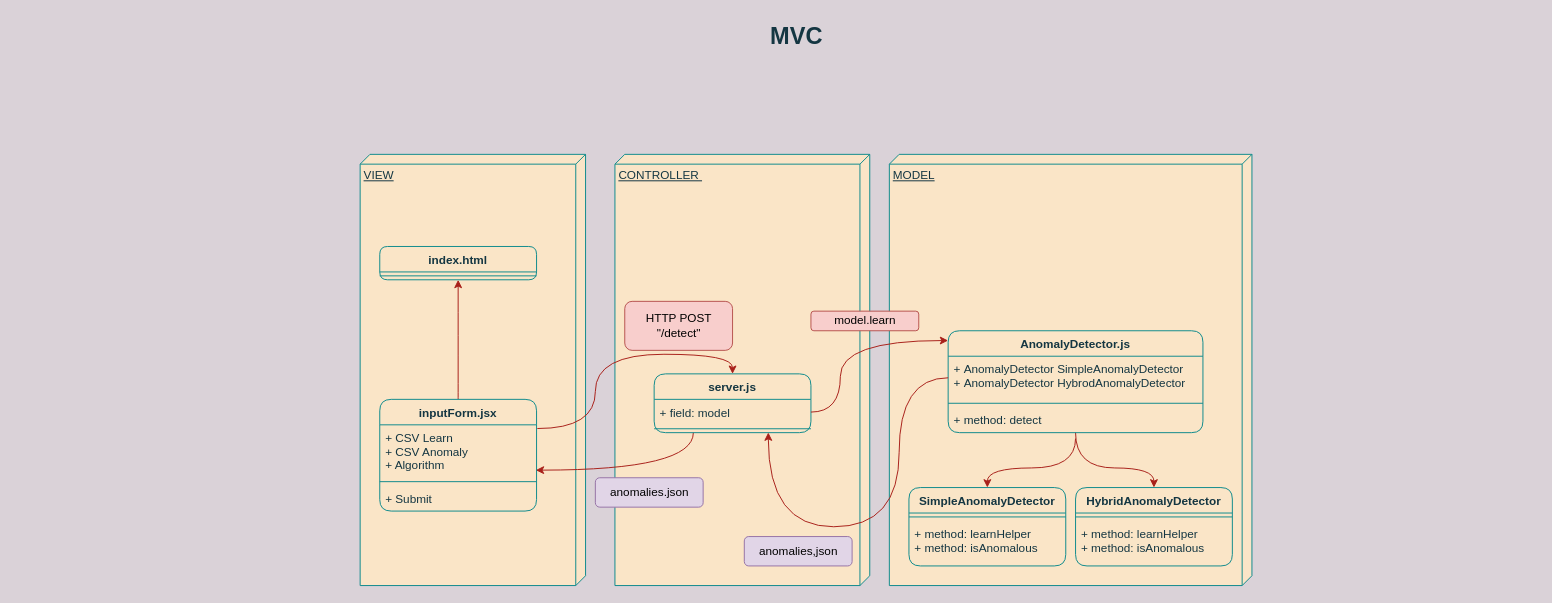
Above: UMLS/Untitled Diagram.drawio in shaigundersen/AnomalyDetectionWebApp (draw.io), before the change. Source tidied: cells renumbered, new cells numbered last; positions are measured from the earlier drawing's top-left corner, leaving out a move shared by most shapes. Both pictures are drawn from the tidied source at 98%, with x=0, y=0 at pixel (56, 17).
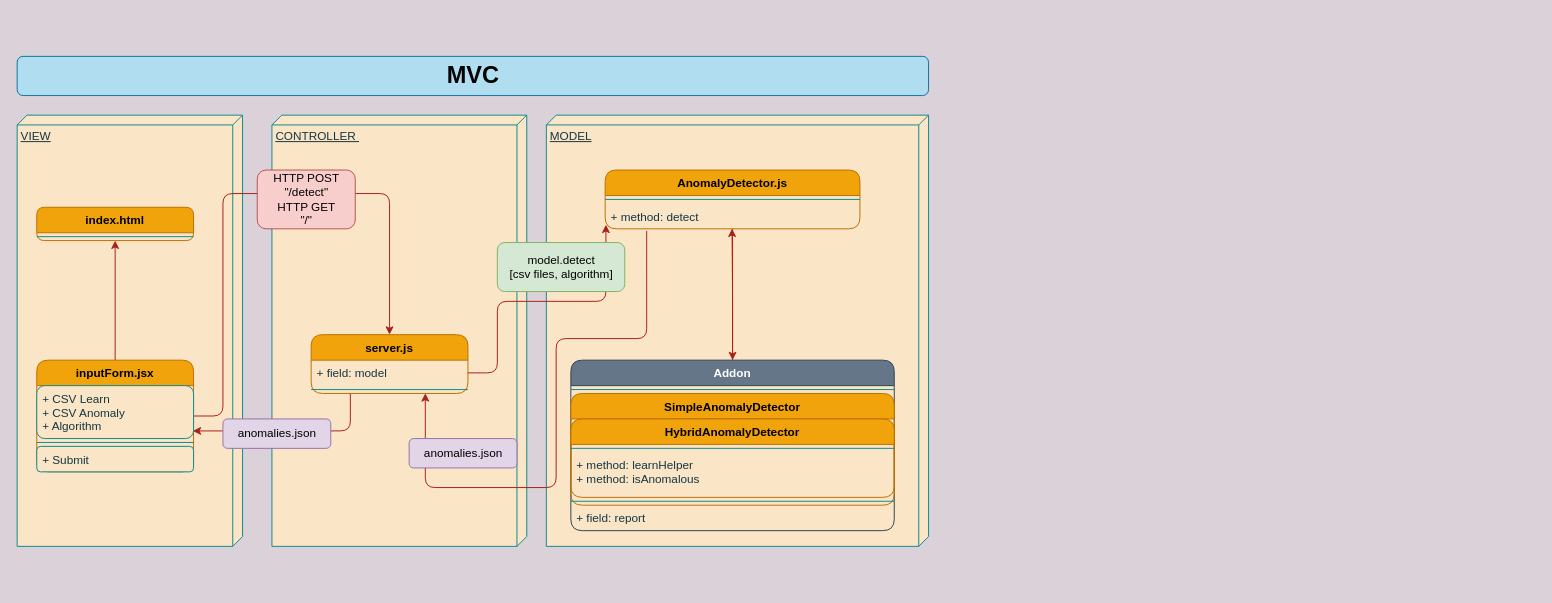
After the change.

What changed in the source:
```diff
@@
-    <mxCell id="2" value="MVC" style="text;strokeColor=none;fillColor=none;html=1;fontSize=24;fontStyle=1;verticalAlign=middle;align=center;rounded=1;fontColor=#143642;" parent="1" vertex="1">
-      <mxGeometry width="1510" height="40" as="geometry" />
+    <mxCell id="2" value="MVC" style="text;fillColor=#b1ddf0;html=1;fontSize=24;fontStyle=1;verticalAlign=middle;align=center;rounded=1;strokeColor=#10739e;" parent="1" vertex="1">
+      <mxGeometry x="-40" y="40" width="930" height="40" as="geometry" />
     </mxCell>
-    <mxCell id="3" value="&lt;div style=&quot;text-align: justify&quot;&gt;&lt;span&gt;MODEL&lt;/span&gt;&lt;br&gt;&lt;/div&gt;" style="verticalAlign=top;align=left;spacingTop=8;spacingLeft=2;spacingRight=12;shape=cube;size=10;direction=south;fontStyle=4;html=1;rounded=1;fillColor=#FAE5C7;strokeColor=#0F8B8D;fontColor=#143642;" parent="1" vertex="1">
-      <mxGeometry x="850" y="140" width="370" height="440" as="geometry" />
+    <mxCell id="3" value="&lt;div style=&quot;text-align: justify&quot;&gt;&lt;span&gt;MODEL&lt;/span&gt;&lt;br&gt;&lt;/div&gt;" style="verticalAlign=top;align=left;spacingTop=8;spacingLeft=2;spacingRight=12;shape=cube;size=10;direction=south;fontStyle=4;html=1;fillColor=#FAE5C7;strokeColor=#0F8B8D;rounded=1;fontColor=#143642;" parent="1" vertex="1">
+      <mxGeometry x="500" y="100" width="390" height="440" as="geometry" />
     </mxCell>
-    <mxCell id="4" value="&lt;span style=&quot;text-align: center&quot;&gt;VIEW&lt;/span&gt;&lt;br&gt;" style="verticalAlign=top;align=left;spacingTop=8;spacingLeft=2;spacingRight=12;shape=cube;size=10;direction=south;fontStyle=4;html=1;rounded=1;fillColor=#FAE5C7;strokeColor=#0F8B8D;fontColor=#143642;" parent="1" vertex="1">
-      <mxGeometry x="310" y="140" width="230" height="440" as="geometry" />
+    <mxCell id="4" value="&lt;span style=&quot;text-align: center&quot;&gt;VIEW&lt;/span&gt;&lt;br&gt;" style="verticalAlign=top;align=left;spacingTop=8;spacingLeft=2;spacingRight=12;shape=cube;size=10;direction=south;fontStyle=4;html=1;fillColor=#FAE5C7;strokeColor=#0F8B8D;rounded=1;fontColor=#143642;" parent="1" vertex="1">
+      <mxGeometry x="-40" y="100" width="230" height="440" as="geometry" />
     </mxCell>
     <mxCell id="5" value="CONTROLLER&amp;nbsp;" style="verticalAlign=top;align=left;spacingTop=8;spacingLeft=2;spacingRight=12;shape=cube;size=10;direction=south;fontStyle=4;html=1;rounded=1;fillColor=#FAE5C7;strokeColor=#0F8B8D;fontColor=#143642;" parent="1" vertex="1">
-      <mxGeometry x="570" y="140" width="260" height="440" as="geometry" />
+      <mxGeometry x="220" y="100" width="260" height="440" as="geometry" />
     </mxCell>
-    <mxCell id="6" style="edgeStyle=orthogonalEdgeStyle;jettySize=auto;html=1;curved=1;labelBackgroundColor=#DAD2D8;strokeColor=#A8201A;fontColor=#143642;" parent="1" edge="1" source="7" target="11">
-      <mxGeometry relative="1" as="geometry">
-        <Array as="points">
-          <mxPoint x="1040" y="460" />
-          <mxPoint x="1120" y="460" />
-        </Array>
-      </mxGeometry>
-    </mxCell>
+    <mxCell id="36" style="edgeStyle=orthogonalEdgeStyle;jettySize=auto;html=1;fontColor=#143642;strokeColor=#A8201A;fillColor=#FAE5C7;labelBackgroundColor=#DAD2D8;" parent="1" edge="1" source="7" target="39">
+      <mxGeometry relative="1" as="geometry" />
+    </mxCell>
-    <mxCell id="7" value="AnomalyDetector.js" style="swimlane;fontStyle=1;align=center;verticalAlign=top;horizontal=1;startSize=26;rounded=1;fillColor=#FAE5C7;strokeColor=#0F8B8D;fontColor=#143642;" parent="1" vertex="1">
-      <mxGeometry x="910" y="320" width="260" height="104" as="geometry" />
+    <mxCell id="7" value="AnomalyDetector.js" style="swimlane;fontStyle=1;align=center;verticalAlign=top;horizontal=1;startSize=26;fillColor=#f0a30a;strokeColor=#BD7000;fontColor=#000000;rounded=1;" parent="1" vertex="1">
+      <mxGeometry x="560" y="156" width="260" height="60" as="geometry" />
     </mxCell>
-    <mxCell id="8" value="+ AnomalyDetector SimpleAnomalyDetector&#10;+ AnomalyDetector HybrodAnomalyDetector&#10;" style="text;strokeColor=none;fillColor=none;align=left;verticalAlign=top;spacingLeft=4;spacingRight=4;overflow=hidden;points=[[0,0.5],[1,0.5]];portConstraint=eastwest;rounded=1;fontColor=#143642;" parent="7" vertex="1">
-      <mxGeometry y="26" width="260" height="44" as="geometry" />
-    </mxCell>
-    <mxCell id="9" style="line;strokeWidth=1;fillColor=none;align=left;verticalAlign=middle;spacingTop=-1;spacingLeft=3;spacingRight=3;labelPosition=right;rounded=1;labelBackgroundColor=#DAD2D8;strokeColor=#0F8B8D;fontColor=#143642;" parent="7" vertex="1">
-      <mxGeometry y="70" width="260" height="8" as="geometry" />
+    <mxCell id="9" style="line;strokeWidth=1;fillColor=none;align=left;verticalAlign=middle;spacingTop=-1;spacingLeft=3;spacingRight=3;labelPosition=right;strokeColor=#0F8B8D;fontColor=#143642;rounded=1;labelBackgroundColor=#DAD2D8;" parent="7" vertex="1">
+      <mxGeometry y="26" width="260" height="8" as="geometry" />
     </mxCell>
-    <mxCell id="10" value="+ method: detect" style="text;strokeColor=none;fillColor=none;align=left;verticalAlign=top;spacingLeft=4;spacingRight=4;overflow=hidden;points=[[0,0.5],[1,0.5]];portConstraint=eastwest;rounded=1;fontColor=#143642;" parent="7" vertex="1">
-      <mxGeometry y="78" width="260" height="26" as="geometry" />
+    <mxCell id="10" value="+ method: detect" style="text;strokeColor=none;fillColor=none;align=left;verticalAlign=top;spacingLeft=4;spacingRight=4;overflow=hidden;points=[[0,0.5],[1,0.5]];portConstraint=eastwest;fontColor=#143642;rounded=1;" parent="7" vertex="1">
+      <mxGeometry y="34" width="260" height="26" as="geometry" />
     </mxCell>
-    <mxCell id="11" value="HybridAnomalyDetector" style="swimlane;fontStyle=1;align=center;verticalAlign=top;horizontal=1;startSize=26;rounded=1;fillColor=#FAE5C7;strokeColor=#0F8B8D;fontColor=#143642;" parent="1" vertex="1">
-      <mxGeometry x="1040" y="480" width="160" height="80" as="geometry" />
-    </mxCell>
-    <mxCell id="12" style="line;strokeWidth=1;fillColor=none;align=left;verticalAlign=middle;spacingTop=-1;spacingLeft=3;spacingRight=3;labelPosition=right;rounded=1;labelBackgroundColor=#DAD2D8;strokeColor=#0F8B8D;fontColor=#143642;" parent="11" vertex="1">
-      <mxGeometry y="26" width="160" height="8" as="geometry" />
-    </mxCell>
-    <mxCell id="13" value="+ method: learnHelper&#10;+ method: isAnomalous" style="text;strokeColor=none;fillColor=none;align=left;verticalAlign=top;spacingLeft=4;spacingRight=4;overflow=hidden;rounded=1;fontColor=#143642;" parent="11" vertex="1">
-      <mxGeometry y="34" width="160" height="46" as="geometry" />
-    </mxCell>
-    <mxCell id="14" value="SimpleAnomalyDetector" style="swimlane;fontStyle=1;align=center;verticalAlign=top;horizontal=1;startSize=26;rounded=1;fillColor=#FAE5C7;strokeColor=#0F8B8D;fontColor=#143642;" parent="1" vertex="1">
-      <mxGeometry x="870" y="480" width="160" height="80" as="geometry" />
-    </mxCell>
-    <mxCell id="15" style="line;strokeWidth=1;fillColor=none;align=left;verticalAlign=middle;spacingTop=-1;spacingLeft=3;spacingRight=3;labelPosition=right;rounded=1;labelBackgroundColor=#DAD2D8;strokeColor=#0F8B8D;fontColor=#143642;" parent="14" vertex="1">
-      <mxGeometry y="26" width="160" height="8" as="geometry" />
-    </mxCell>
-    <mxCell id="16" value="+ method: learnHelper&#10;+ method: isAnomalous&#10;" style="text;strokeColor=none;fillColor=none;align=left;verticalAlign=top;spacingLeft=4;spacingRight=4;overflow=hidden;rounded=1;fontColor=#143642;" parent="14" vertex="1">
-      <mxGeometry y="34" width="160" height="46" as="geometry" />
-    </mxCell>
-    <mxCell id="17" style="edgeStyle=orthogonalEdgeStyle;jettySize=auto;html=1;exitX=0.25;exitY=1;exitDx=0;exitDy=0;entryX=0.995;entryY=0.856;entryDx=0;entryDy=0;curved=1;labelBackgroundColor=#DAD2D8;strokeColor=#A8201A;fontColor=#143642;entryPerimeter=0;" parent="1" edge="1" source="18" target="24">
+    <mxCell id="17" style="edgeStyle=orthogonalEdgeStyle;jettySize=auto;html=1;exitX=0.25;exitY=1;exitDx=0;exitDy=0;entryX=0.995;entryY=0.856;entryDx=0;entryDy=0;strokeColor=#A8201A;fontColor=#143642;entryPerimeter=0;labelBackgroundColor=#DAD2D8;" parent="1" edge="1" source="18" target="24">
       <mxGeometry relative="1" as="geometry" />
     </mxCell>
-    <mxCell id="18" value="server.js" style="swimlane;fontStyle=1;align=center;verticalAlign=top;horizontal=1;startSize=26;rounded=1;fillColor=#FAE5C7;strokeColor=#0F8B8D;fontColor=#143642;" parent="1" vertex="1">
-      <mxGeometry x="610" y="364" width="160" height="60" as="geometry" />
+    <mxCell id="18" value="server.js" style="swimlane;fontStyle=1;align=center;verticalAlign=top;horizontal=1;startSize=26;fillColor=#f0a30a;strokeColor=#BD7000;fontColor=#000000;rounded=1;" parent="1" vertex="1">
+      <mxGeometry x="260" y="324" width="160" height="60" as="geometry" />
     </mxCell>
-    <mxCell id="19" value="+ field: model" style="text;strokeColor=none;fillColor=none;align=left;verticalAlign=top;spacingLeft=4;spacingRight=4;overflow=hidden;points=[[0,0.5],[1,0.5]];portConstraint=eastwest;rounded=1;fontColor=#143642;" parent="18" vertex="1">
+    <mxCell id="19" value="+ field: model" style="text;strokeColor=none;fillColor=none;align=left;verticalAlign=top;spacingLeft=4;spacingRight=4;overflow=hidden;points=[[0,0.5],[1,0.5]];portConstraint=eastwest;fontColor=#143642;rounded=1;" parent="18" vertex="1">
       <mxGeometry y="26" width="160" height="26" as="geometry" />
     </mxCell>
-    <mxCell id="20" style="line;strokeWidth=1;fillColor=none;align=left;verticalAlign=middle;spacingTop=-1;spacingLeft=3;spacingRight=3;labelPosition=right;points=[];portConstraint=eastwest;rounded=1;labelBackgroundColor=#DAD2D8;strokeColor=#0F8B8D;fontColor=#143642;" parent="18" vertex="1">
+    <mxCell id="20" style="line;strokeWidth=1;fillColor=none;align=left;verticalAlign=middle;spacingTop=-1;spacingLeft=3;spacingRight=3;labelPosition=right;points=[];portConstraint=eastwest;strokeColor=#0F8B8D;fontColor=#143642;rounded=1;labelBackgroundColor=#DAD2D8;" parent="18" vertex="1">
       <mxGeometry y="52" width="160" height="8" as="geometry" />
     </mxCell>
-    <mxCell id="21" style="edgeStyle=orthogonalEdgeStyle;jettySize=auto;html=1;curved=1;labelBackgroundColor=#DAD2D8;strokeColor=#A8201A;fontColor=#143642;" parent="1" edge="1" source="19" target="7">
+    <mxCell id="21" style="edgeStyle=orthogonalEdgeStyle;jettySize=auto;html=1;strokeColor=#A8201A;fontColor=#143642;entryX=0.003;entryY=0.677;entryDx=0;entryDy=0;entryPerimeter=0;labelBackgroundColor=#DAD2D8;" parent="1" edge="1" source="19">
       <mxGeometry relative="1" as="geometry">
+        <mxPoint x="560.8" y="211.8" as="targetPoint" />
         <Array as="points">
-          <mxPoint x="800" y="403" />
-          <mxPoint x="800" y="330" />
+          <mxPoint x="450" y="363" />
+          <mxPoint x="450" y="290" />
+          <mxPoint x="561" y="290" />
         </Array>
       </mxGeometry>
     </mxCell>
-    <mxCell id="22" style="edgeStyle=orthogonalEdgeStyle;jettySize=auto;html=1;exitX=0.5;exitY=0;exitDx=0;exitDy=0;entryX=0.5;entryY=1;entryDx=0;entryDy=0;curved=1;labelBackgroundColor=#DAD2D8;strokeColor=#A8201A;fontColor=#143642;" parent="1" edge="1" source="23" target="27">
+    <mxCell id="22" style="edgeStyle=orthogonalEdgeStyle;jettySize=auto;html=1;exitX=0.5;exitY=0;exitDx=0;exitDy=0;entryX=0.5;entryY=1;entryDx=0;entryDy=0;strokeColor=#A8201A;fontColor=#143642;labelBackgroundColor=#DAD2D8;" parent="1" edge="1" source="23" target="27">
       <mxGeometry relative="1" as="geometry" />
     </mxCell>
+    <mxCell id="37" style="edgeStyle=orthogonalEdgeStyle;jettySize=auto;html=1;entryX=0.5;entryY=0;entryDx=0;entryDy=0;fontColor=#143642;strokeColor=#A8201A;fillColor=#FAE5C7;labelBackgroundColor=#DAD2D8;" parent="1" edge="1" source="23" target="18">
+      <mxGeometry relative="1" as="geometry">
+        <Array as="points">
+          <mxPoint x="170" y="407" />
+          <mxPoint x="170" y="180" />
+          <mxPoint x="340" y="180" />
+        </Array>
+      </mxGeometry>
+    </mxCell>
-    <mxCell id="23" value="inputForm.jsx" style="swimlane;fontStyle=1;align=center;verticalAlign=top;horizontal=1;startSize=26;rounded=1;fillColor=#FAE5C7;strokeColor=#0F8B8D;fontColor=#143642;" parent="1" vertex="1">
-      <mxGeometry x="330" y="390" width="160" height="114" as="geometry" />
+    <mxCell id="23" value="inputForm.jsx" style="swimlane;fontStyle=1;align=center;verticalAlign=top;horizontal=1;startSize=26;fillColor=#f0a30a;strokeColor=#BD7000;rounded=1;fontColor=#000000;" parent="1" vertex="1">
+      <mxGeometry x="-20" y="350" width="160" height="114" as="geometry" />
     </mxCell>
-    <mxCell id="24" value="+ CSV Learn&#10;+ CSV Anomaly&#10;+ Algorithm" style="text;strokeColor=none;fillColor=none;align=left;verticalAlign=top;spacingLeft=4;spacingRight=4;overflow=hidden;points=[[0,0.5],[1,0.5]];portConstraint=eastwest;rounded=1;fontColor=#143642;" parent="23" vertex="1">
+    <mxCell id="24" value="+ CSV Learn&#10;+ CSV Anomaly&#10;+ Algorithm" style="text;strokeColor=#0F8B8D;fillColor=#FAE5C7;align=left;verticalAlign=top;spacingLeft=4;spacingRight=4;overflow=hidden;points=[[0,0.5],[1,0.5]];portConstraint=eastwest;rounded=1;fontColor=#143642;" parent="23" vertex="1">
       <mxGeometry y="26" width="160" height="54" as="geometry" />
     </mxCell>
-    <mxCell id="25" style="line;strokeWidth=1;fillColor=none;align=left;verticalAlign=middle;spacingTop=-1;spacingLeft=3;spacingRight=3;labelPosition=right;rounded=1;labelBackgroundColor=#DAD2D8;strokeColor=#0F8B8D;fontColor=#143642;" parent="23" vertex="1">
+    <mxCell id="25" style="line;strokeWidth=1;fillColor=none;align=left;verticalAlign=middle;spacingTop=-1;spacingLeft=3;spacingRight=3;labelPosition=right;strokeColor=#0F8B8D;fontColor=#143642;rounded=1;labelBackgroundColor=#DAD2D8;" parent="23" vertex="1">
       <mxGeometry y="80" width="160" height="8" as="geometry" />
     </mxCell>
-    <mxCell id="26" value="+ Submit" style="text;strokeColor=none;fillColor=none;align=left;verticalAlign=top;spacingLeft=4;spacingRight=4;overflow=hidden;rounded=1;fontColor=#143642;" parent="23" vertex="1">
+    <mxCell id="26" value="+ Submit" style="text;strokeColor=#0F8B8D;fillColor=#FAE5C7;align=left;verticalAlign=top;spacingLeft=4;spacingRight=4;overflow=hidden;rounded=1;fontColor=#143642;" parent="23" vertex="1">
       <mxGeometry y="88" width="160" height="26" as="geometry" />
     </mxCell>
-    <mxCell id="27" value="index.html" style="swimlane;fontStyle=1;align=center;verticalAlign=top;horizontal=1;startSize=26;rounded=1;fillColor=#FAE5C7;strokeColor=#0F8B8D;fontColor=#143642;" parent="1" vertex="1">
-      <mxGeometry x="330" y="234" width="160" height="34" as="geometry" />
+    <mxCell id="27" value="index.html" style="swimlane;fontStyle=1;align=center;verticalAlign=top;horizontal=1;startSize=26;rounded=1;fillColor=#f0a30a;strokeColor=#BD7000;fontColor=#000000;" parent="1" vertex="1">
+      <mxGeometry x="-20" y="194" width="160" height="34" as="geometry" />
     </mxCell>
-    <mxCell id="28" style="line;strokeWidth=1;fillColor=none;align=left;verticalAlign=middle;spacingTop=-1;spacingLeft=3;spacingRight=3;labelPosition=right;rounded=1;labelBackgroundColor=#DAD2D8;strokeColor=#0F8B8D;fontColor=#143642;" parent="27" vertex="1">
+    <mxCell id="28" style="line;strokeWidth=1;fillColor=none;align=left;verticalAlign=middle;spacingTop=-1;spacingLeft=3;spacingRight=3;labelPosition=right;strokeColor=#0F8B8D;fontColor=#143642;rounded=1;labelBackgroundColor=#DAD2D8;" parent="27" vertex="1">
       <mxGeometry y="26" width="160" height="8" as="geometry" />
     </mxCell>
-    <mxCell id="29" style="edgeStyle=orthogonalEdgeStyle;jettySize=auto;html=1;exitX=0.5;exitY=1.231;exitDx=0;exitDy=0;exitPerimeter=0;entryX=0.5;entryY=0;entryDx=0;entryDy=0;curved=1;labelBackgroundColor=#DAD2D8;strokeColor=#A8201A;fontColor=#143642;" parent="1" edge="1" source="10" target="14">
-      <mxGeometry relative="1" as="geometry">
-        <Array as="points">
-          <mxPoint x="1040" y="460" />
-          <mxPoint x="950" y="460" />
-        </Array>
-      </mxGeometry>
-    </mxCell>
-    <mxCell id="30" style="edgeStyle=orthogonalEdgeStyle;jettySize=auto;html=1;entryX=0.728;entryY=0.975;entryDx=0;entryDy=0;entryPerimeter=0;curved=1;labelBackgroundColor=#DAD2D8;strokeColor=#A8201A;fontColor=#143642;" parent="1" edge="1" source="8" target="20">
+    <mxCell id="30" style="edgeStyle=orthogonalEdgeStyle;jettySize=auto;html=1;entryX=0.728;entryY=0.975;entryDx=0;entryDy=0;entryPerimeter=0;strokeColor=#A8201A;fontColor=#143642;exitX=0.163;exitY=1.085;exitDx=0;exitDy=0;exitPerimeter=0;labelBackgroundColor=#DAD2D8;" parent="1" edge="1" source="10" target="20">
       <mxGeometry relative="1" as="geometry">
         <Array as="points">
-          <mxPoint x="860" y="368" />
-          <mxPoint x="860" y="520" />
-          <mxPoint x="727" y="520" />
+          <mxPoint x="602" y="328" />
+          <mxPoint x="510" y="328" />
+          <mxPoint x="510" y="480" />
+          <mxPoint x="377" y="480" />
         </Array>
       </mxGeometry>
     </mxCell>
-    <mxCell id="31" style="edgeStyle=orthogonalEdgeStyle;jettySize=auto;html=1;entryX=0.5;entryY=0;entryDx=0;entryDy=0;curved=1;labelBackgroundColor=#DAD2D8;strokeColor=#A8201A;fontColor=#143642;exitX=1.005;exitY=0.07;exitDx=0;exitDy=0;exitPerimeter=0;" parent="1" edge="1" source="24" target="18">
-      <mxGeometry relative="1" as="geometry" />
-    </mxCell>
-    <mxCell id="32" value="HTTP POST&lt;br&gt;&quot;/detect&quot;" style="html=1;rounded=1;fillColor=#f8cecc;strokeColor=#b85450;" parent="1" vertex="1">
-      <mxGeometry x="580" y="290" width="110" height="50" as="geometry" />
+    <mxCell id="32" value="HTTP POST&lt;br&gt;&quot;/detect&quot;&lt;br&gt;HTTP GET&lt;br&gt;&quot;/&quot;" style="html=1;fillColor=#f8cecc;strokeColor=#b85450;rounded=1;" parent="1" vertex="1">
+      <mxGeometry x="205" y="156" width="100" height="60" as="geometry" />
     </mxCell>
-    <mxCell id="33" value="anomalies,json" style="html=1;rounded=1;fillColor=#e1d5e7;strokeColor=#9673a6;" parent="1" vertex="1">
-      <mxGeometry x="702" y="530" width="110" height="30" as="geometry" />
+    <mxCell id="33" value="anomalies.json" style="html=1;fillColor=#e1d5e7;strokeColor=#9673a6;rounded=1;" parent="1" vertex="1">
+      <mxGeometry x="360" y="430" width="110" height="30" as="geometry" />
     </mxCell>
-    <mxCell id="34" value="anomalies.json" style="html=1;rounded=1;fillColor=#e1d5e7;strokeColor=#9673a6;" parent="1" vertex="1">
-      <mxGeometry x="550" y="470" width="110" height="30" as="geometry" />
+    <mxCell id="34" value="anomalies.json" style="html=1;fillColor=#e1d5e7;strokeColor=#9673a6;rounded=1;" parent="1" vertex="1">
+      <mxGeometry x="170" y="410" width="110" height="30" as="geometry" />
     </mxCell>
-    <mxCell id="35" value="model.learn" style="html=1;rounded=1;fillColor=#f8cecc;strokeColor=#b85450;" parent="1" vertex="1">
-      <mxGeometry x="770" y="300" width="110" height="20" as="geometry" />
+    <mxCell id="35" value="model.detect&lt;br&gt;[csv files, algorithm]" style="html=1;fillColor=#d5e8d4;strokeColor=#82b366;rounded=1;" parent="1" vertex="1">
+      <mxGeometry x="450" y="230" width="130" height="50" as="geometry" />
     </mxCell>
+    <mxCell id="38" style="edgeStyle=orthogonalEdgeStyle;jettySize=auto;html=1;entryX=0.498;entryY=0.992;entryDx=0;entryDy=0;entryPerimeter=0;fontColor=#143642;strokeColor=#A8201A;fillColor=#FAE5C7;labelBackgroundColor=#DAD2D8;" parent="1" edge="1" source="39" target="10">
+      <mxGeometry relative="1" as="geometry" />
+    </mxCell>
+    <mxCell id="39" value="Addon" style="swimlane;fontStyle=1;align=center;verticalAlign=top;horizontal=1;startSize=26;fillColor=#647687;strokeColor=#314354;fontColor=#ffffff;rounded=1;" parent="1" vertex="1">
+      <mxGeometry x="525" y="350" width="330" height="174" as="geometry" />
+    </mxCell>
+    <mxCell id="40" style="line;strokeWidth=1;fillColor=none;align=left;verticalAlign=middle;spacingTop=-1;spacingLeft=3;spacingRight=3;labelPosition=right;strokeColor=#0F8B8D;fontColor=#143642;rounded=1;labelBackgroundColor=#DAD2D8;" parent="39" vertex="1">
+      <mxGeometry y="26" width="330" height="8" as="geometry" />
+    </mxCell>
+    <mxCell id="14" value="SimpleAnomalyDetector" style="swimlane;fontStyle=1;align=center;verticalAlign=top;horizontal=1;startSize=26;fillColor=#f0a30a;strokeColor=#BD7000;fontColor=#000000;rounded=1;" parent="39" vertex="1">
+      <mxGeometry y="34" width="330" height="114" as="geometry" />
+    </mxCell>
+    <mxCell id="11" value="HybridAnomalyDetector" style="swimlane;fontStyle=1;align=center;verticalAlign=top;horizontal=1;startSize=26;fillColor=#f0a30a;strokeColor=#BD7000;fontColor=#000000;rounded=1;" parent="14" vertex="1">
+      <mxGeometry y="26" width="330" height="80" as="geometry" />
+    </mxCell>
+    <mxCell id="12" style="line;strokeWidth=1;fillColor=none;align=left;verticalAlign=middle;spacingTop=-1;spacingLeft=3;spacingRight=3;labelPosition=right;strokeColor=#0F8B8D;fontColor=#143642;rounded=1;labelBackgroundColor=#DAD2D8;" parent="11" vertex="1">
+      <mxGeometry y="26" width="330" height="8" as="geometry" />
+    </mxCell>
+    <mxCell id="13" value="+ method: learnHelper&#10;+ method: isAnomalous" style="text;strokeColor=none;fillColor=none;align=left;verticalAlign=top;spacingLeft=4;spacingRight=4;overflow=hidden;fontColor=#143642;rounded=1;" parent="11" vertex="1">
+      <mxGeometry y="34" width="330" height="46" as="geometry" />
+    </mxCell>
+    <mxCell id="15" style="line;strokeWidth=1;fillColor=none;align=left;verticalAlign=middle;spacingTop=-1;spacingLeft=3;spacingRight=3;labelPosition=right;strokeColor=#0F8B8D;fontColor=#143642;rounded=1;labelBackgroundColor=#DAD2D8;" parent="14" vertex="1">
+      <mxGeometry y="106" width="330" height="8" as="geometry" />
+    </mxCell>
+    <mxCell id="41" value="+ field: report" style="text;strokeColor=none;fillColor=none;align=left;verticalAlign=top;spacingLeft=4;spacingRight=4;overflow=hidden;fontColor=#143642;rounded=1;" parent="39" vertex="1">
+      <mxGeometry y="148" width="330" height="26" as="geometry" />
+    </mxCell>
```
